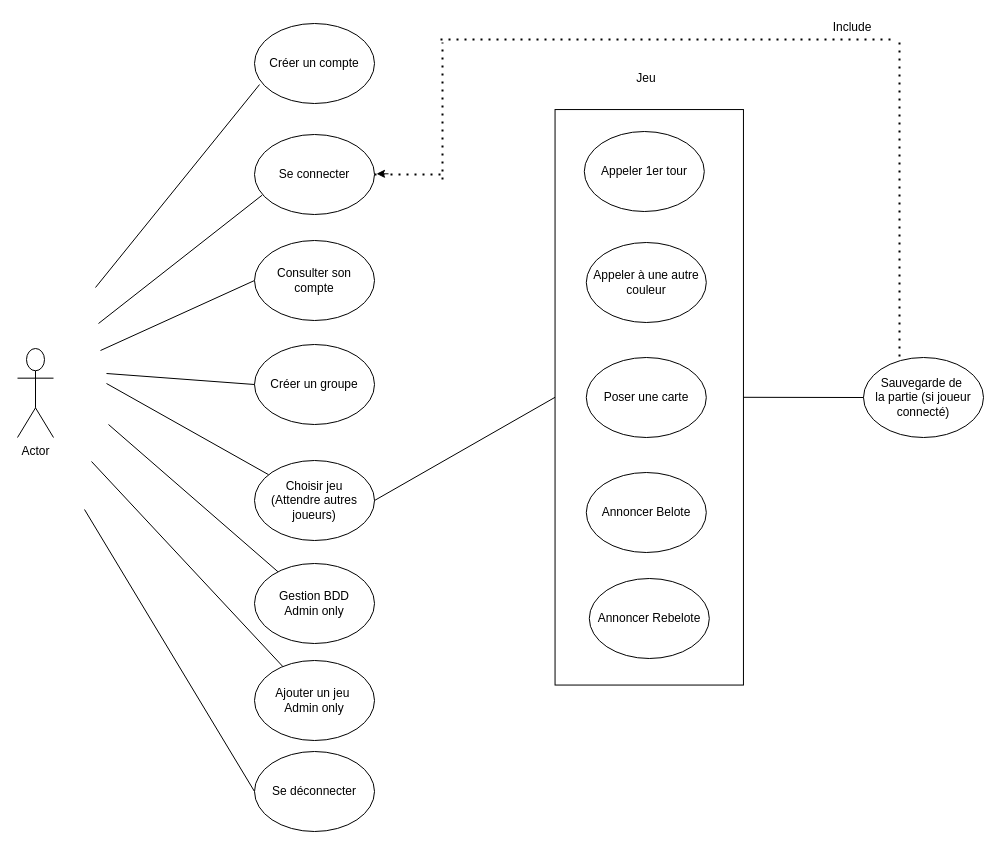
Before: Diagrams/UsageDiagram.drawio in MailineN/ProjetInfo2A, a draw.io diagram. Source tidied: cells renumbered, new cells numbered last; positions are measured from the earlier drawing's top-left corner, leaving out a move shared by most shapes. Both pictures are drawn from the tidied source at 100%, with x=0, y=0 at pixel (17, 17).
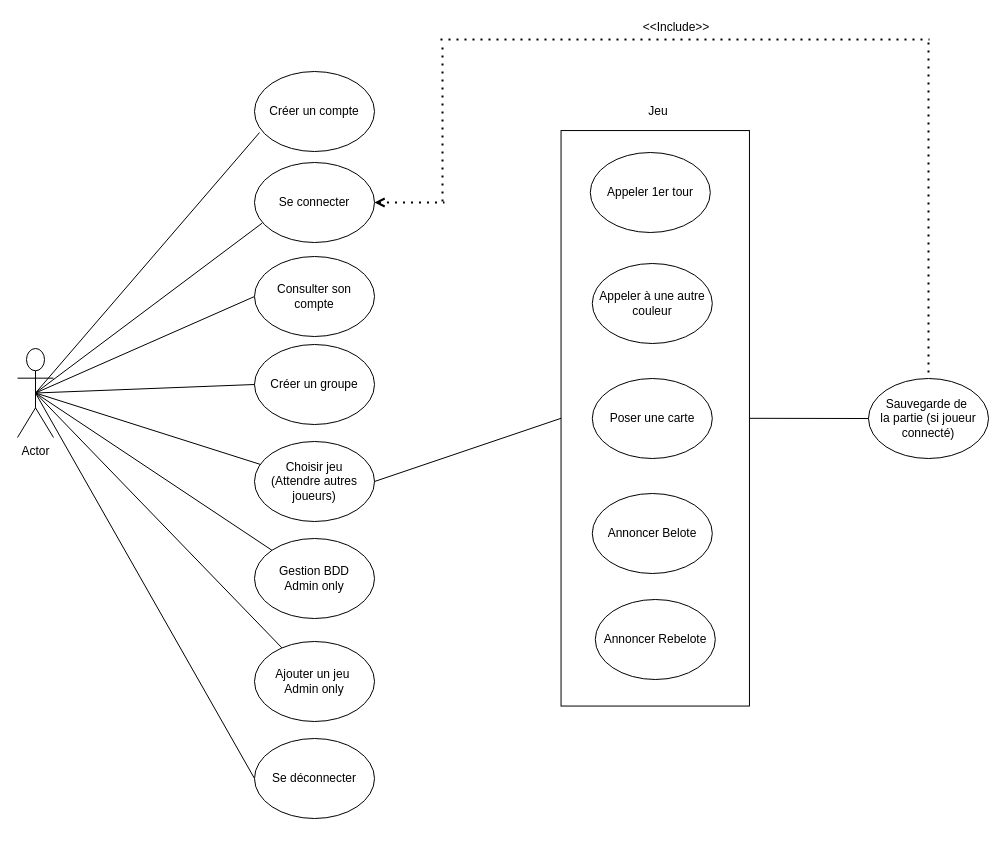
After the change.

The change refers to these unchanged cells:
```xml
<mxCell id="32" value="Créer un groupe" style="ellipse;whiteSpace=wrap;html=1;" parent="1" vertex="1">
  <mxGeometry x="237" y="327" width="120" height="80" as="geometry" />
</mxCell>
<mxCell id="34" value="Actor" style="shape=umlActor;verticalLabelPosition=bottom;verticalAlign=top;html=1;outlineConnect=0;" parent="1" vertex="1">
  <mxGeometry y="331" width="36" height="89" as="geometry" />
</mxCell>
```

Diff of the diagram source:
```diff
@@
     <mxCell id="2" style="rounded=0;whiteSpace=wrap;html=1;rotation=90;" parent="1" vertex="1">
-      <mxGeometry x="344" y="285.6" width="575.5" height="188.4" as="geometry" />
+      <mxGeometry x="350" y="306.6" width="575.5" height="188.4" as="geometry" />
     </mxCell>
     <mxCell id="3" value="Créer un compte" style="ellipse;whiteSpace=wrap;html=1;" parent="1" vertex="1">
-      <mxGeometry x="237" y="6" width="120" height="80" as="geometry" />
+      <mxGeometry x="237" y="54" width="120" height="80" as="geometry" />
     </mxCell>
-    <mxCell id="4" style="endArrow=none;html=1;entryX=0.064;entryY=0.758;entryDx=0;entryDy=0;entryPerimeter=0;" parent="1" edge="1" target="23">
-      <mxGeometry relative="1" as="geometry">
-        <mxPoint x="81" y="306" as="sourcePoint" />
-      </mxGeometry>
+    <mxCell id="4" style="endArrow=none;html=1;entryX=0.064;entryY=0.758;entryDx=0;entryDy=0;entryPerimeter=0;exitX=0.5;exitY=0.5;exitDx=0;exitDy=0;exitPerimeter=0;" parent="1" edge="1" source="34" target="23">
+      <mxGeometry relative="1" as="geometry" />
     </mxCell>
-    <mxCell id="5" style="endArrow=none;html=1;entryX=0;entryY=0.5;entryDx=0;entryDy=0;" parent="1" edge="1" target="7">
-      <mxGeometry relative="1" as="geometry">
-        <mxPoint x="83" y="333" as="sourcePoint" />
-      </mxGeometry>
+    <mxCell id="5" style="endArrow=none;html=1;entryX=0;entryY=0.5;entryDx=0;entryDy=0;exitX=0.5;exitY=0.5;exitDx=0;exitDy=0;exitPerimeter=0;" parent="1" edge="1" source="34" target="7">
+      <mxGeometry relative="1" as="geometry" />
     </mxCell>
     <mxCell id="6" value="Ajouter un jeu&amp;nbsp;&lt;br&gt;Admin only" style="ellipse;whiteSpace=wrap;html=1;" parent="1" vertex="1">
-      <mxGeometry x="237" y="643" width="120" height="80" as="geometry" />
+      <mxGeometry x="237" y="624" width="120" height="80" as="geometry" />
     </mxCell>
     <mxCell id="7" value="Consulter son &lt;br&gt;compte" style="ellipse;whiteSpace=wrap;html=1;" parent="1" vertex="1">
-      <mxGeometry x="237" y="223" width="120" height="80" as="geometry" />
+      <mxGeometry x="237" y="239" width="120" height="80" as="geometry" />
     </mxCell>
-    <mxCell id="8" style="endArrow=none;html=1;" parent="1" edge="1" target="11">
-      <mxGeometry relative="1" as="geometry">
-        <mxPoint x="89" y="366" as="sourcePoint" />
-      </mxGeometry>
+    <mxCell id="8" style="endArrow=none;html=1;exitX=0.5;exitY=0.5;exitDx=0;exitDy=0;exitPerimeter=0;" parent="1" edge="1" source="34" target="11">
+      <mxGeometry relative="1" as="geometry" />
     </mxCell>
-    <mxCell id="9" style="endArrow=none;html=1;" parent="1" edge="1" target="12">
-      <mxGeometry relative="1" as="geometry">
-        <mxPoint x="91" y="407" as="sourcePoint" />
-      </mxGeometry>
+    <mxCell id="9" style="endArrow=none;html=1;exitX=0.5;exitY=0.5;exitDx=0;exitDy=0;exitPerimeter=0;" parent="1" edge="1" source="34" target="12">
+      <mxGeometry relative="1" as="geometry" />
     </mxCell>
-    <mxCell id="10" style="endArrow=none;html=1;" parent="1" edge="1" target="6">
-      <mxGeometry relative="1" as="geometry">
-        <mxPoint x="74" y="444" as="sourcePoint" />
-      </mxGeometry>
+    <mxCell id="10" style="endArrow=none;html=1;exitX=0.5;exitY=0.5;exitDx=0;exitDy=0;exitPerimeter=0;" parent="1" edge="1" source="34" target="6">
+      <mxGeometry relative="1" as="geometry" />
     </mxCell>
     <mxCell id="11" value="Choisir jeu&lt;br&gt;(Attendre autres joueurs)" style="ellipse;whiteSpace=wrap;html=1;" parent="1" vertex="1">
-      <mxGeometry x="237" y="443" width="120" height="80" as="geometry" />
+      <mxGeometry x="237" y="424" width="120" height="80" as="geometry" />
     </mxCell>
     <mxCell id="12" value="Gestion BDD&lt;br&gt;Admin only" style="ellipse;whiteSpace=wrap;html=1;" parent="1" vertex="1">
-      <mxGeometry x="237" y="546" width="120" height="80" as="geometry" />
+      <mxGeometry x="237" y="521" width="120" height="80" as="geometry" />
     </mxCell>
-    <mxCell id="13" style="endArrow=none;html=1;entryX=0;entryY=0.5;entryDx=0;entryDy=0;" parent="1" edge="1" target="21">
-      <mxGeometry relative="1" as="geometry">
-        <mxPoint x="67" y="492" as="sourcePoint" />
-      </mxGeometry>
+    <mxCell id="13" style="endArrow=none;html=1;entryX=0;entryY=0.5;entryDx=0;entryDy=0;exitX=0.5;exitY=0.5;exitDx=0;exitDy=0;exitPerimeter=0;" parent="1" edge="1" source="34" target="21">
+      <mxGeometry relative="1" as="geometry" />
     </mxCell>
     <mxCell id="14" value="Poser une carte" style="ellipse;whiteSpace=wrap;html=1;" parent="1" vertex="1">
-      <mxGeometry x="568.8" y="340" width="120" height="80" as="geometry" />
+      <mxGeometry x="574.8" y="361" width="120" height="80" as="geometry" />
     </mxCell>
     <mxCell id="15" value="Annoncer Belote" style="ellipse;whiteSpace=wrap;html=1;" parent="1" vertex="1">
-      <mxGeometry x="568.8" y="455" width="120" height="80" as="geometry" />
+      <mxGeometry x="574.8" y="476" width="120" height="80" as="geometry" />
     </mxCell>
     <mxCell id="16" value="Appeler 1er tour" style="ellipse;whiteSpace=wrap;html=1;" parent="1" vertex="1">
-      <mxGeometry x="566.8" y="114" width="120" height="80" as="geometry" />
+      <mxGeometry x="572.8" y="135" width="120" height="80" as="geometry" />
     </mxCell>
     <mxCell id="17" value="Jeu" style="text;html=1;strokeColor=none;fillColor=none;align=center;verticalAlign=middle;whiteSpace=wrap;rounded=0;" parent="1" vertex="1">
-      <mxGeometry x="608.8" y="51" width="40" height="20" as="geometry" />
+      <mxGeometry x="621" y="84" width="40" height="20" as="geometry" />
     </mxCell>
@@
     <mxCell id="20" value="Sauvegarde de&amp;nbsp;&lt;br&gt;la partie (si joueur connecté)" style="ellipse;whiteSpace=wrap;html=1;fillColor=none;" parent="1" vertex="1">
-      <mxGeometry x="846" y="340" width="120" height="80" as="geometry" />
+      <mxGeometry x="851" y="361" width="120" height="80" as="geometry" />
     </mxCell>
     <mxCell id="21" value="Se déconnecter" style="ellipse;whiteSpace=wrap;html=1;" parent="1" vertex="1">
-      <mxGeometry x="237" y="734" width="120" height="80" as="geometry" />
+      <mxGeometry x="237" y="721" width="120" height="80" as="geometry" />
     </mxCell>
-    <mxCell id="22" style="endArrow=none;html=1;entryX=0.042;entryY=0.763;entryDx=0;entryDy=0;entryPerimeter=0;" parent="1" edge="1" target="3">
-      <mxGeometry relative="1" as="geometry">
-        <mxPoint x="78" y="270" as="sourcePoint" />
-      </mxGeometry>
+    <mxCell id="22" style="endArrow=none;html=1;entryX=0.042;entryY=0.763;entryDx=0;entryDy=0;entryPerimeter=0;exitX=0.5;exitY=0.5;exitDx=0;exitDy=0;exitPerimeter=0;" parent="1" edge="1" source="34" target="3">
+      <mxGeometry relative="1" as="geometry" />
     </mxCell>
     <mxCell id="23" value="Se connecter" style="ellipse;whiteSpace=wrap;html=1;" parent="1" vertex="1">
-      <mxGeometry x="237" y="117" width="120" height="80" as="geometry" />
+      <mxGeometry x="237" y="145" width="120" height="80" as="geometry" />
     </mxCell>
     <mxCell id="24" value="Appeler à une autre couleur" style="ellipse;whiteSpace=wrap;html=1;" parent="1" vertex="1">
-      <mxGeometry x="568.8" y="225" width="120" height="80" as="geometry" />
+      <mxGeometry x="574.8" y="246" width="120" height="80" as="geometry" />
     </mxCell>
     <mxCell id="25" value="Annoncer Rebelote" style="ellipse;whiteSpace=wrap;html=1;" parent="1" vertex="1">
-      <mxGeometry x="571.8" y="561" width="120" height="80" as="geometry" />
+      <mxGeometry x="577.8" y="582" width="120" height="80" as="geometry" />
     </mxCell>
-    <mxCell id="26" style="endArrow=none;dashed=1;html=1;dashPattern=1 3;strokeWidth=2;exitX=1;exitY=0.5;exitDx=0;exitDy=0;" parent="1" edge="1" source="23">
+    <mxCell id="26" style="endArrow=none;dashed=1;html=1;dashPattern=1 3;strokeWidth=2;exitX=1;exitY=0.5;exitDx=0;exitDy=0;startArrow=open;startFill=0;" parent="1" edge="1" source="23">
       <mxGeometry relative="1" as="geometry">
-        <mxPoint x="427" y="157" as="targetPoint" />
+        <mxPoint x="427" y="185" as="targetPoint" />
       </mxGeometry>
     </mxCell>
-    <mxCell id="27" style="endArrow=none;dashed=1;html=1;dashPattern=1 3;strokeWidth=2;entryX=0.3;entryY=0.058;entryDx=0;entryDy=0;entryPerimeter=0;" parent="1" edge="1" target="20">
+    <mxCell id="27" style="endArrow=none;dashed=1;html=1;dashPattern=1 3;strokeWidth=2;entryX=0.5;entryY=0;entryDx=0;entryDy=0;" parent="1" edge="1" target="20">
       <mxGeometry relative="1" as="geometry">
-        <mxPoint x="882" y="25" as="sourcePoint" />
+        <mxPoint x="911" y="25" as="sourcePoint" />
       </mxGeometry>
     </mxCell>
     <mxCell id="28" style="endArrow=none;dashed=1;html=1;dashPattern=1 3;strokeWidth=2;" parent="1" edge="1">
       <mxGeometry relative="1" as="geometry">
         <mxPoint x="423" y="22" as="sourcePoint" />
-        <mxPoint x="875" y="22" as="targetPoint" />
+        <mxPoint x="912" y="22" as="targetPoint" />
       </mxGeometry>
     </mxCell>
     <mxCell id="29" style="endArrow=none;dashed=1;html=1;dashPattern=1 3;strokeWidth=2;" parent="1" edge="1">
       <mxGeometry relative="1" as="geometry">
-        <mxPoint x="425" y="162" as="sourcePoint" />
+        <mxPoint x="425" y="184" as="sourcePoint" />
         <mxPoint x="425" y="25" as="targetPoint" />
       </mxGeometry>
     </mxCell>
-    <mxCell id="30" style="endArrow=classic;html=1;" parent="1" edge="1">
-      <mxGeometry relative="1" as="geometry">
-        <mxPoint x="371" y="156.3" as="sourcePoint" />
-        <mxPoint x="359" y="156.3" as="targetPoint" />
-      </mxGeometry>
-    </mxCell>
-    <mxCell id="31" value="Include" style="text;html=1;strokeColor=none;fillColor=none;align=center;verticalAlign=middle;whiteSpace=wrap;rounded=0;" parent="1" vertex="1">
-      <mxGeometry x="815" width="40" height="20" as="geometry" />
+    <mxCell id="31" value="&amp;lt;&amp;lt;Include&amp;gt;&amp;gt;" style="text;html=1;strokeColor=none;fillColor=none;align=center;verticalAlign=middle;whiteSpace=wrap;rounded=0;" parent="1" vertex="1">
+      <mxGeometry x="639" width="40" height="20" as="geometry" />
     </mxCell>
@@
-    <mxCell id="33" style="endArrow=none;html=1;entryX=0;entryY=0.5;entryDx=0;entryDy=0;" parent="1" edge="1" target="32">
-      <mxGeometry relative="1" as="geometry">
-        <mxPoint x="89" y="356" as="sourcePoint" />
-      </mxGeometry>
+    <mxCell id="33" style="endArrow=none;html=1;entryX=0;entryY=0.5;entryDx=0;entryDy=0;exitX=0.5;exitY=0.5;exitDx=0;exitDy=0;exitPerimeter=0;" parent="1" edge="1" source="34" target="32">
+      <mxGeometry relative="1" as="geometry" />
     </mxCell>
```
